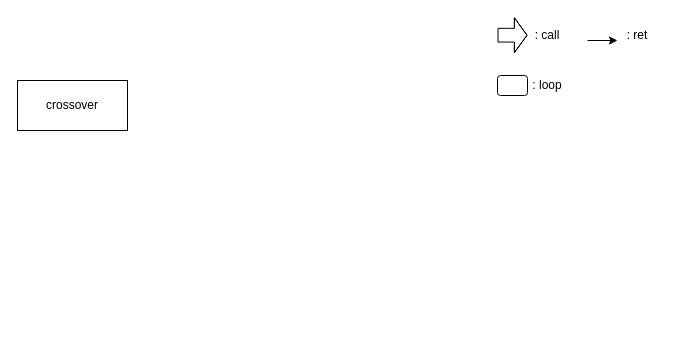
This is GA/crossover.drawio from fr0g2s/p, a draw.io file, before an edit. Source tidied: cells renumbered, new cells numbered last; positions are measured from the earlier drawing's top-left corner, leaving out a move shared by most shapes. Both pictures are drawn from the tidied source at 100%, with x=0, y=0 at pixel (17, 20).
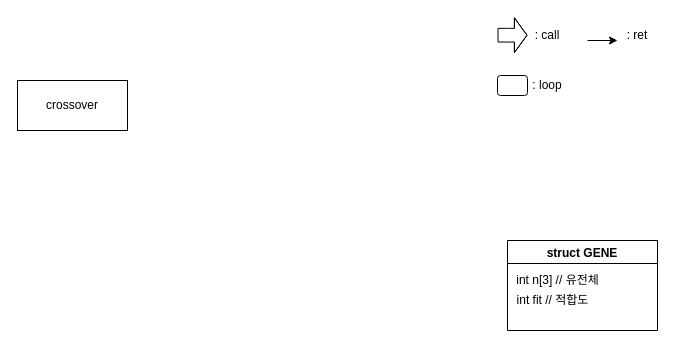
The same diagram, later.

The edit, as a diff of the source:
```diff
@@
 <mxGraphModel>
   <root>
     <mxCell id="0" />
     <mxCell id="1" parent="0" />
     <mxCell id="2" style="shape=flexArrow;endArrow=classic;html=1;rounded=0;strokeWidth=1;edgeStyle=orthogonalEdgeStyle;width=13.714285714285714;endSize=3.8628571428571425;" parent="1" edge="1">
       <mxGeometry relative="1" as="geometry">
         <mxPoint x="480" y="14.7" as="sourcePoint" />
         <mxPoint x="510" y="14.7" as="targetPoint" />
         <Array as="points">
           <mxPoint x="490" y="15" />
           <mxPoint x="490" y="15" />
         </Array>
       </mxGeometry>
     </mxCell>
     <mxCell id="3" value=": call" style="text;html=1;strokeColor=none;fillColor=none;align=center;verticalAlign=middle;whiteSpace=wrap;rounded=0;" parent="1" vertex="1">
       <mxGeometry x="500" width="60" height="30" as="geometry" />
     </mxCell>
     <mxCell id="4" style="endArrow=classic;html=1;rounded=0;strokeWidth=1;edgeStyle=orthogonalEdgeStyle;" parent="1" edge="1">
       <mxGeometry relative="1" as="geometry">
         <mxPoint x="570" y="20" as="sourcePoint" />
         <mxPoint x="600" y="20" as="targetPoint" />
       </mxGeometry>
     </mxCell>
     <mxCell id="5" value=": ret" style="text;html=1;strokeColor=none;fillColor=none;align=center;verticalAlign=middle;whiteSpace=wrap;rounded=0;" parent="1" vertex="1">
       <mxGeometry x="590" width="60" height="30" as="geometry" />
     </mxCell>
     <mxCell id="6" style="rounded=1;whiteSpace=wrap;html=1;fillColor=none;strokeColor=default;shadow=0;sketch=0;glass=1;" parent="1" vertex="1">
       <mxGeometry x="480" y="55" width="30" height="20" as="geometry" />
     </mxCell>
     <mxCell id="7" value=": loop" style="text;html=1;strokeColor=none;fillColor=none;align=center;verticalAlign=middle;whiteSpace=wrap;rounded=0;" parent="1" vertex="1">
       <mxGeometry x="500" y="50" width="60" height="30" as="geometry" />
     </mxCell>
     <mxCell id="8" value="crossover" style="rounded=0;whiteSpace=wrap;html=1;" parent="1" vertex="1">
       <mxGeometry y="60" width="110" height="50" as="geometry" />
     </mxCell>
+    <mxCell id="9" value="struct GENE" style="swimlane;" parent="1" vertex="1">
+      <mxGeometry x="490" y="220" width="150" height="90" as="geometry" />
+    </mxCell>
+    <mxCell id="10" value="int n[3] // 유전체" style="text;html=1;align=center;verticalAlign=middle;strokeColor=none;fillColor=none;" parent="9" vertex="1">
+      <mxGeometry y="30" width="100" height="20" as="geometry" />
+    </mxCell>
+    <mxCell id="11" value="int fit // 적합도" style="text;html=1;align=center;verticalAlign=middle;strokeColor=none;fillColor=none;" parent="9" vertex="1">
+      <mxGeometry y="50" width="90" height="20" as="geometry" />
+    </mxCell>
   </root>
 </mxGraphModel>
```
